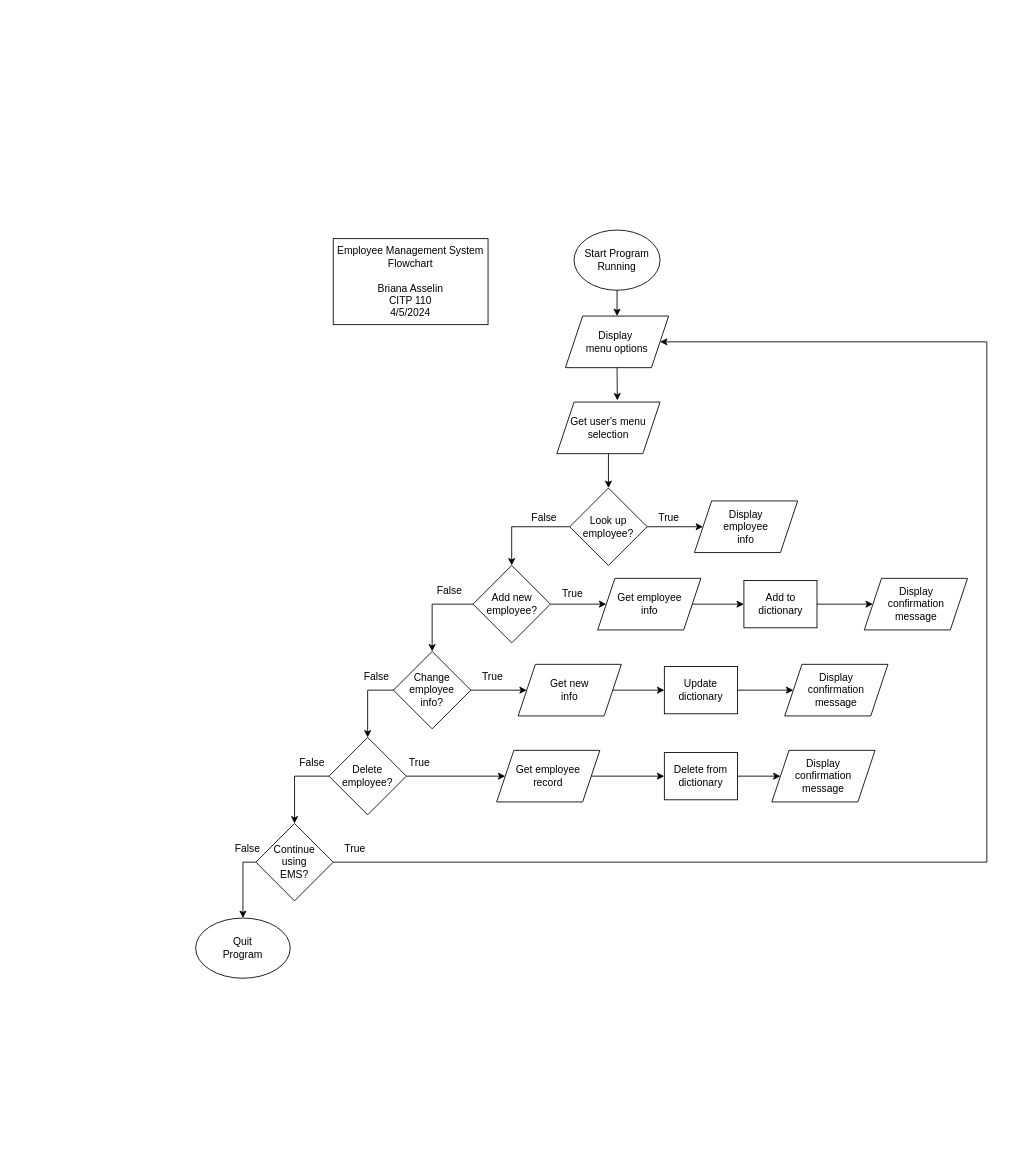
This is EmployeeMgmtSystemFlowchart.drawio from basselin2/IntroToPythonLCC, a draw.io file, before an edit. Source tidied: cells renumbered, new cells numbered last; positions are measured from the earlier drawing's top-left corner, leaving out a move shared by most shapes. Both pictures are drawn from the tidied source at 86%, with x=0, y=0 at pixel (195, 230).
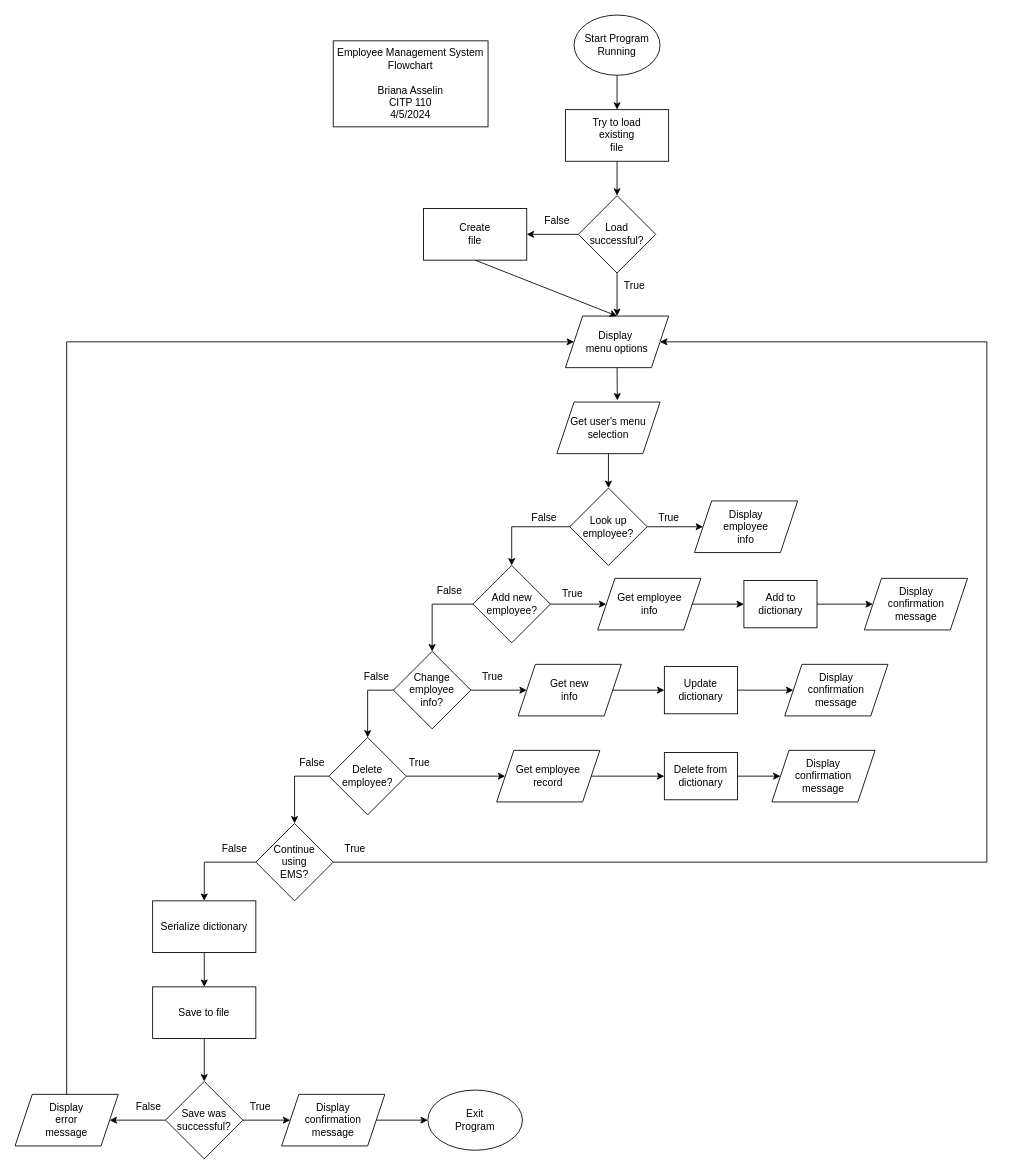
The same diagram, later.

Unchanged cells that the change refers to:
```xml
<mxCell id="5" value="Display&amp;nbsp;&lt;div&gt;menu options&lt;/div&gt;" style="shape=parallelogram;perimeter=parallelogramPerimeter;whiteSpace=wrap;html=1;fixedSize=1;" parent="1" vertex="1">
  <mxGeometry x="430" y="100" width="120" height="60" as="geometry" />
</mxCell>
<mxCell id="46" value="Continue&lt;div&gt;using&lt;/div&gt;&lt;div&gt;EMS?&lt;/div&gt;" style="rhombus;whiteSpace=wrap;html=1;" parent="1" vertex="1">
  <mxGeometry x="70" y="690" width="90" height="90" as="geometry" />
</mxCell>
```

The edit, as a diff of the source:
```diff
@@
     <mxCell id="2" value="Start Program Running" style="ellipse;whiteSpace=wrap;html=1;" parent="1" vertex="1">
-      <mxGeometry x="440" width="100" height="70" as="geometry" />
+      <mxGeometry x="440" y="-250" width="100" height="70" as="geometry" />
     </mxCell>
-    <mxCell id="3" style="endArrow=classic;html=1;rounded=0;exitX=0.5;exitY=1;exitDx=0;exitDy=0;" parent="1" edge="1" source="2" target="5">
+    <mxCell id="3" style="endArrow=classic;html=1;rounded=0;exitX=0.5;exitY=1;exitDx=0;exitDy=0;entryX=0.5;entryY=0;entryDx=0;entryDy=0;" parent="1" edge="1" source="2" target="65">
       <mxGeometry relative="1" as="geometry" />
     </mxCell>
-    <mxCell id="4" value="Quit&lt;div&gt;Program&lt;/div&gt;" style="ellipse;whiteSpace=wrap;html=1;" parent="1" vertex="1">
-      <mxGeometry y="800" width="110" height="70" as="geometry" />
+    <mxCell id="4" value="Exit&lt;div&gt;Program&lt;/div&gt;" style="ellipse;whiteSpace=wrap;html=1;" parent="1" vertex="1">
+      <mxGeometry x="270" y="1000" width="110" height="70" as="geometry" />
     </mxCell>
@@
     <mxCell id="14" value="Employee Management System&lt;div&gt;Flowchart&lt;div&gt;&lt;br&gt;&lt;/div&gt;&lt;div&gt;Briana Asselin&lt;/div&gt;&lt;div&gt;CITP 110&lt;/div&gt;&lt;/div&gt;&lt;div&gt;4/5/2024&lt;/div&gt;" style="rounded=0;whiteSpace=wrap;html=1;" parent="1" vertex="1">
-      <mxGeometry x="160" y="10" width="180" height="100" as="geometry" />
+      <mxGeometry x="160" y="-220" width="180" height="100" as="geometry" />
     </mxCell>
@@
     <mxCell id="48" value="False" style="text;html=1;align=center;verticalAlign=middle;strokeColor=none;fillColor=none;" parent="1" vertex="1">
-      <mxGeometry x="35" y="705" width="50" height="30" as="geometry" />
+      <mxGeometry x="20" y="705" width="50" height="30" as="geometry" />
     </mxCell>
@@
-    <mxCell id="50" style="edgeStyle=orthogonalEdgeStyle;rounded=0;jettySize=auto;html=1;entryX=0.5;entryY=0;entryDx=0;entryDy=0;exitX=0;exitY=0.5;exitDx=0;exitDy=0;" parent="1" edge="1" source="46" target="4">
-      <mxGeometry relative="1" as="geometry">
-        <Array as="points">
-          <mxPoint x="55" y="735" />
-        </Array>
-      </mxGeometry>
-    </mxCell>
+    <mxCell id="51" value="Serialize dictionary" style="rounded=0;whiteSpace=wrap;html=1;" parent="1" vertex="1">
+      <mxGeometry x="-50" y="780" width="120" height="60" as="geometry" />
+    </mxCell>
+    <mxCell id="52" style="edgeStyle=orthogonalEdgeStyle;rounded=0;jettySize=auto;html=1;exitX=0;exitY=0.5;exitDx=0;exitDy=0;entryX=0.5;entryY=0;entryDx=0;entryDy=0;" parent="1" edge="1" source="46" target="51">
+      <mxGeometry relative="1" as="geometry">
+        <Array as="points">
+          <mxPoint x="10" y="735" />
+        </Array>
+      </mxGeometry>
+    </mxCell>
+    <mxCell id="53" value="Save to file" style="rounded=0;whiteSpace=wrap;html=1;" parent="1" vertex="1">
+      <mxGeometry x="-50" y="880" width="120" height="60" as="geometry" />
+    </mxCell>
+    <mxCell id="54" style="edgeStyle=orthogonalEdgeStyle;rounded=0;jettySize=auto;html=1;exitX=0.5;exitY=1;exitDx=0;exitDy=0;entryX=0.5;entryY=0;entryDx=0;entryDy=0;" parent="1" edge="1" source="51" target="53">
+      <mxGeometry relative="1" as="geometry" />
+    </mxCell>
+    <mxCell id="55" style="edgeStyle=orthogonalEdgeStyle;rounded=0;jettySize=auto;html=1;exitX=0.5;exitY=1;exitDx=0;exitDy=0;entryX=0.5;entryY=0;entryDx=0;entryDy=0;" parent="1" edge="1" source="53" target="56">
+      <mxGeometry relative="1" as="geometry" />
+    </mxCell>
+    <mxCell id="56" value="Save was&lt;div&gt;successful?&lt;/div&gt;" style="rhombus;whiteSpace=wrap;html=1;" parent="1" vertex="1">
+      <mxGeometry x="-35" y="990" width="90" height="90" as="geometry" />
+    </mxCell>
+    <mxCell id="57" value="Display&lt;div&gt;confirmation&lt;/div&gt;&lt;div&gt;message&lt;/div&gt;" style="shape=parallelogram;perimeter=parallelogramPerimeter;whiteSpace=wrap;html=1;fixedSize=1;" parent="1" vertex="1">
+      <mxGeometry x="100" y="1005" width="120" height="60" as="geometry" />
+    </mxCell>
+    <mxCell id="58" style="edgeStyle=orthogonalEdgeStyle;rounded=0;jettySize=auto;html=1;exitX=1;exitY=0.5;exitDx=0;exitDy=0;entryX=0;entryY=0.5;entryDx=0;entryDy=0;" parent="1" edge="1" source="56" target="57">
+      <mxGeometry relative="1" as="geometry" />
+    </mxCell>
+    <mxCell id="59" style="edgeStyle=orthogonalEdgeStyle;rounded=0;jettySize=auto;html=1;exitX=1;exitY=0.5;exitDx=0;exitDy=0;entryX=0;entryY=0.5;entryDx=0;entryDy=0;" parent="1" edge="1" source="57" target="4">
+      <mxGeometry relative="1" as="geometry" />
+    </mxCell>
+    <mxCell id="60" value="Display&lt;div&gt;error&lt;/div&gt;&lt;div&gt;message&lt;/div&gt;" style="shape=parallelogram;perimeter=parallelogramPerimeter;whiteSpace=wrap;html=1;fixedSize=1;" parent="1" vertex="1">
+      <mxGeometry x="-210" y="1005" width="120" height="60" as="geometry" />
+    </mxCell>
+    <mxCell id="61" style="edgeStyle=orthogonalEdgeStyle;rounded=0;jettySize=auto;html=1;exitX=0;exitY=0.5;exitDx=0;exitDy=0;entryX=1;entryY=0.5;entryDx=0;entryDy=0;" parent="1" edge="1" source="56" target="60">
+      <mxGeometry relative="1" as="geometry" />
+    </mxCell>
+    <mxCell id="62" style="endArrow=classic;html=1;rounded=0;exitX=0.5;exitY=0;exitDx=0;exitDy=0;entryX=0;entryY=0.5;entryDx=0;entryDy=0;" parent="1" edge="1" source="60" target="5">
+      <mxGeometry relative="1" as="geometry">
+        <Array as="points">
+          <mxPoint x="-150" y="130" />
+        </Array>
+      </mxGeometry>
+    </mxCell>
+    <mxCell id="63" value="True" style="text;html=1;align=center;verticalAlign=middle;strokeColor=none;fillColor=none;" parent="1" vertex="1">
+      <mxGeometry x="50" y="1005" width="50" height="30" as="geometry" />
+    </mxCell>
+    <mxCell id="64" value="False" style="text;html=1;align=center;verticalAlign=middle;strokeColor=none;fillColor=none;" parent="1" vertex="1">
+      <mxGeometry x="-80" y="1005" width="50" height="30" as="geometry" />
+    </mxCell>
+    <mxCell id="65" value="Try to load&lt;div&gt;existing&lt;/div&gt;&lt;div&gt;file&lt;/div&gt;" style="rounded=0;whiteSpace=wrap;html=1;" parent="1" vertex="1">
+      <mxGeometry x="430" y="-140" width="120" height="60" as="geometry" />
+    </mxCell>
+    <mxCell id="66" value="Load&lt;div&gt;successful?&lt;/div&gt;" style="rhombus;whiteSpace=wrap;html=1;" parent="1" vertex="1">
+      <mxGeometry x="445" y="-40" width="90" height="90" as="geometry" />
+    </mxCell>
+    <mxCell id="67" style="endArrow=classic;html=1;rounded=0;exitX=0.5;exitY=1;exitDx=0;exitDy=0;" parent="1" edge="1" source="65" target="66">
+      <mxGeometry relative="1" as="geometry" />
+    </mxCell>
+    <mxCell id="68" value="Create&lt;div&gt;file&lt;/div&gt;" style="rounded=0;whiteSpace=wrap;html=1;" parent="1" vertex="1">
+      <mxGeometry x="265" y="-25" width="120" height="60" as="geometry" />
+    </mxCell>
+    <mxCell id="69" style="endArrow=classic;html=1;rounded=0;exitX=0.5;exitY=1;exitDx=0;exitDy=0;" parent="1" edge="1" source="66" target="5">
+      <mxGeometry relative="1" as="geometry" />
+    </mxCell>
+    <mxCell id="70" style="endArrow=classic;html=1;rounded=0;exitX=0;exitY=0.5;exitDx=0;exitDy=0;entryX=1;entryY=0.5;entryDx=0;entryDy=0;" parent="1" edge="1" source="66" target="68">
+      <mxGeometry relative="1" as="geometry" />
+    </mxCell>
+    <mxCell id="71" style="endArrow=classic;html=1;rounded=0;exitX=0.5;exitY=1;exitDx=0;exitDy=0;entryX=0.5;entryY=0;entryDx=0;entryDy=0;" parent="1" edge="1" source="68" target="5">
+      <mxGeometry relative="1" as="geometry" />
+    </mxCell>
+    <mxCell id="72" value="True" style="text;html=1;align=center;verticalAlign=middle;strokeColor=none;fillColor=none;" parent="1" vertex="1">
+      <mxGeometry x="485" y="50" width="50" height="30" as="geometry" />
+    </mxCell>
+    <mxCell id="73" value="False" style="text;html=1;align=center;verticalAlign=middle;strokeColor=none;fillColor=none;" parent="1" vertex="1">
+      <mxGeometry x="395" y="-25" width="50" height="30" as="geometry" />
+    </mxCell>
```
